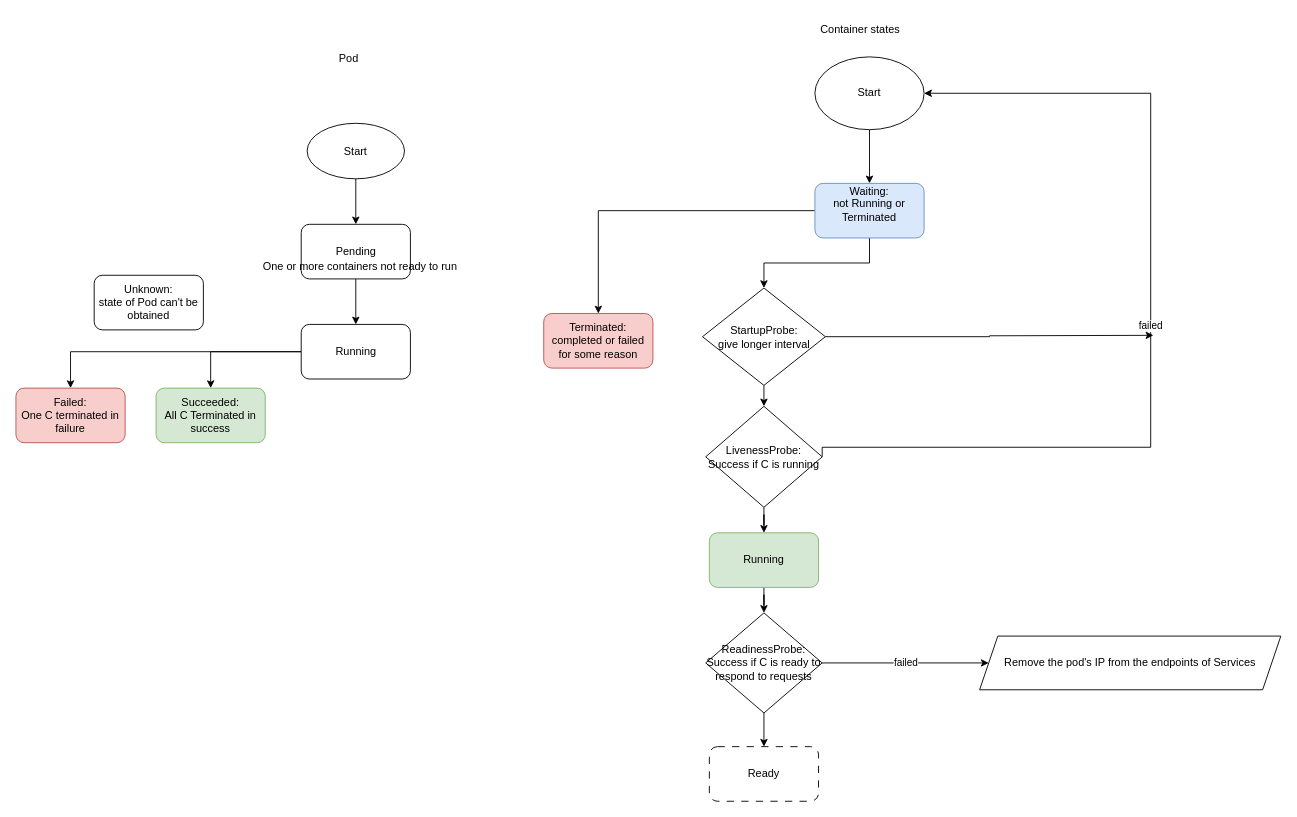
Before: page "Page-1" (1 of 2) of pod lifecycle.drawio in Albert-W/Draw_io, a draw.io diagram. Source tidied: cells renumbered, new cells numbered last; positions are measured from the earlier drawing's top-left corner, leaving out a move shared by most shapes. Both pictures are drawn from the tidied source at 91%, with x=0, y=0 at pixel (15, 15).
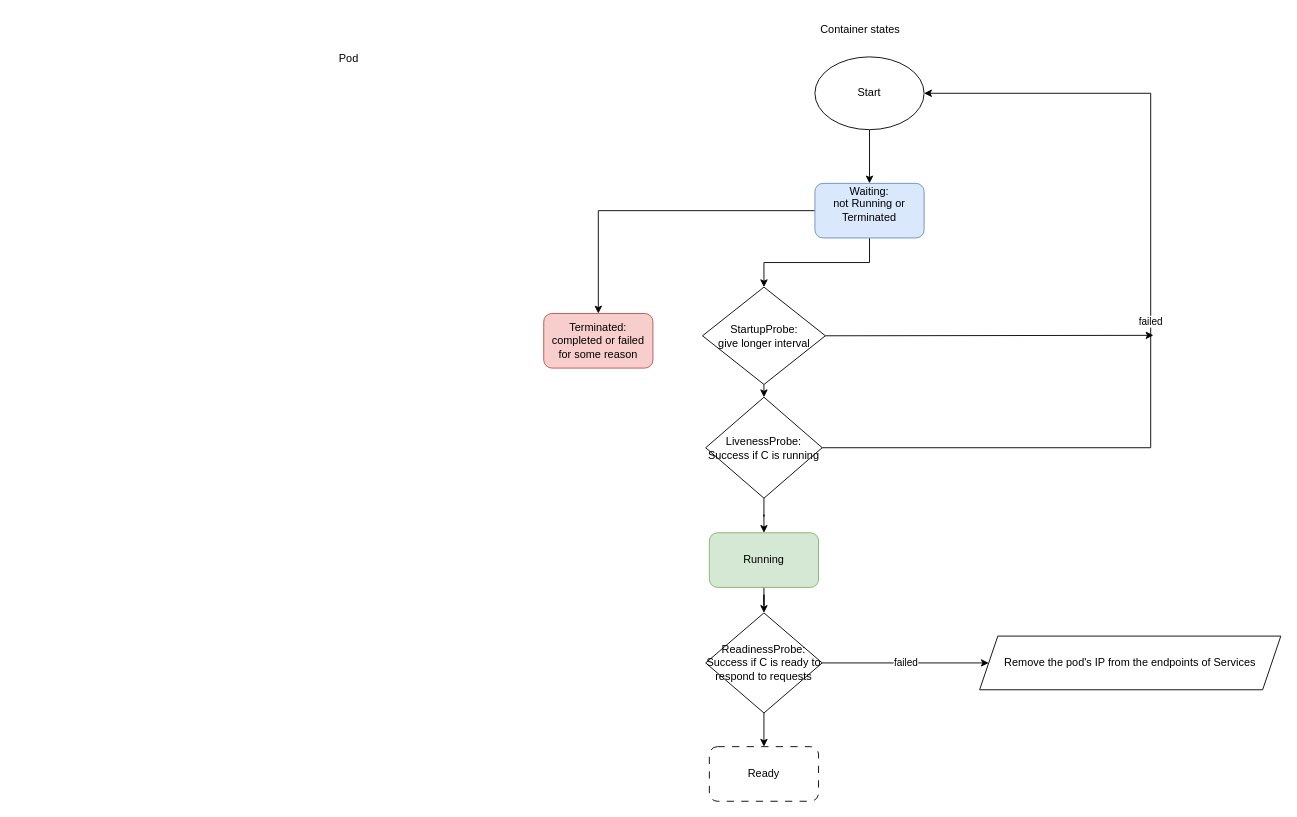
Above is the later version.

Diff of the diagram source:
```diff
@@
-    <mxCell id="2" style="edgeStyle=orthogonalEdgeStyle;rounded=0;jettySize=auto;html=1;exitX=0.5;exitY=1;exitDx=0;exitDy=0;entryX=0.5;entryY=0;entryDx=0;entryDy=0;" parent="1" edge="1" source="3" target="5">
-      <mxGeometry relative="1" as="geometry" />
-    </mxCell>
-    <mxCell id="3" value="Start" style="ellipse;whiteSpace=wrap;html=1;" parent="1" vertex="1">
-      <mxGeometry x="320" y="118" width="107" height="61" as="geometry" />
-    </mxCell>
-    <mxCell id="4" style="edgeStyle=orthogonalEdgeStyle;rounded=0;jettySize=auto;html=1;" parent="1" edge="1" source="5" target="9">
-      <mxGeometry relative="1" as="geometry" />
-    </mxCell>
-    <mxCell id="5" value="Pending" style="rounded=1;whiteSpace=wrap;html=1;" parent="1" vertex="1">
-      <mxGeometry x="313.5" y="229" width="120" height="60" as="geometry" />
-    </mxCell>
-    <mxCell id="6" value="One or more containers not ready to run" style="text;html=1;align=center;verticalAlign=middle;whiteSpace=wrap;rounded=0;" parent="1" vertex="1">
-      <mxGeometry x="228" y="252" width="301" height="47" as="geometry" />
-    </mxCell>
-    <mxCell id="7" style="edgeStyle=orthogonalEdgeStyle;rounded=0;jettySize=auto;html=1;" parent="1" edge="1" source="9" target="10">
-      <mxGeometry relative="1" as="geometry" />
-    </mxCell>
-    <mxCell id="8" style="edgeStyle=orthogonalEdgeStyle;rounded=0;jettySize=auto;html=1;" parent="1" edge="1" source="9" target="11">
-      <mxGeometry relative="1" as="geometry" />
-    </mxCell>
-    <mxCell id="9" value="Running" style="rounded=1;whiteSpace=wrap;html=1;" parent="1" vertex="1">
-      <mxGeometry x="313.5" y="339" width="120" height="60" as="geometry" />
-    </mxCell>
-    <mxCell id="10" value="Succeeded:&lt;div&gt;All C Terminated in success&lt;/div&gt;" style="rounded=1;whiteSpace=wrap;html=1;fillColor=#d5e8d4;strokeColor=#82b366;" parent="1" vertex="1">
-      <mxGeometry x="154" y="409" width="120" height="60" as="geometry" />
-    </mxCell>
-    <mxCell id="11" value="Failed:&lt;br&gt;One C terminated in failure" style="whiteSpace=wrap;html=1;rounded=1;fillColor=#f8cecc;strokeColor=#b85450;" parent="1" vertex="1">
-      <mxGeometry y="409" width="120" height="60" as="geometry" />
-    </mxCell>
-    <mxCell id="12" value="Unknown:&lt;div&gt;state of Pod can't be obtained&lt;/div&gt;" style="rounded=1;whiteSpace=wrap;html=1;" parent="1" vertex="1">
-      <mxGeometry x="86" y="285" width="120" height="60" as="geometry" />
-    </mxCell>
@@
     <mxCell id="25" value="LivenessProbe: Success if C is running" style="rhombus;whiteSpace=wrap;html=1;" parent="1" vertex="1">
-      <mxGeometry x="758" y="429" width="128" height="111" as="geometry" />
+      <mxGeometry x="758" y="419" width="128" height="111" as="geometry" />
     </mxCell>
@@
     <mxCell id="33" value="StartupProbe:&lt;div&gt;give longer interval&lt;/div&gt;" style="rhombus;whiteSpace=wrap;html=1;" parent="1" vertex="1">
-      <mxGeometry x="754.5" y="299" width="135" height="107" as="geometry" />
+      <mxGeometry x="754.5" y="298" width="135" height="107" as="geometry" />
     </mxCell>
```
